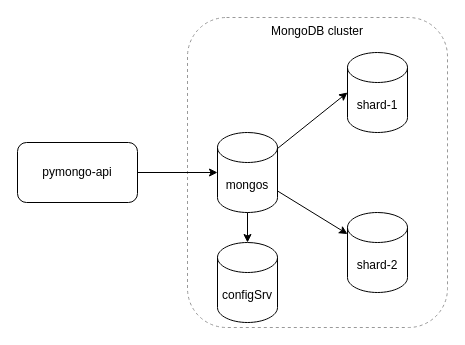
The draw.io diagram docs/schema-1.drawio in AndreyNester/black_friday, before the edit. Source tidied: cells renumbered, new cells numbered last; positions are measured from the earlier drawing's top-left corner, leaving out a move shared by most shapes. Both pictures are drawn from the tidied source at 100%, with x=0, y=0 at pixel (17, 17).
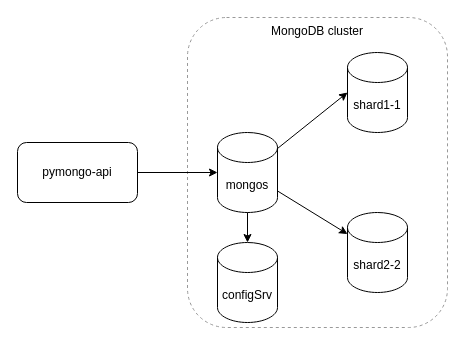
The same diagram, later.

The edit, as a diff of the source:
```diff
@@
 <mxGraphModel>
   <root>
     <mxCell id="0" />
     <mxCell id="1" parent="0" />
     <mxCell id="2" value="MongoDB cluster" style="rounded=1;whiteSpace=wrap;html=1;fillColor=none;dashed=1;strokeColor=#999999;strokeWidth=1;align=center;verticalAlign=top;" parent="1" vertex="1">
       <mxGeometry x="170" width="260" height="310" as="geometry" />
     </mxCell>
     <mxCell id="3" style="edgeStyle=none;html=1;fontFamily=Helvetica;fontSize=12;fontColor=default;" parent="1" edge="1" source="4" target="8">
       <mxGeometry relative="1" as="geometry" />
     </mxCell>
     <mxCell id="4" value="mongos" style="shape=cylinder3;whiteSpace=wrap;html=1;boundedLbl=1;backgroundOutline=1;size=15;" parent="1" vertex="1">
       <mxGeometry x="200" y="115" width="60" height="80" as="geometry" />
     </mxCell>
     <mxCell id="5" value="pymongo-api" style="rounded=1;whiteSpace=wrap;html=1;" parent="1" vertex="1">
       <mxGeometry y="125" width="120" height="60" as="geometry" />
     </mxCell>
     <mxCell id="6" style="edgeStyle=orthogonalEdgeStyle;rounded=0;jettySize=auto;html=1;exitX=1;exitY=0.5;exitDx=0;exitDy=0;entryX=0;entryY=0.5;entryDx=0;entryDy=0;entryPerimeter=0;" parent="1" edge="1" source="5" target="4">
       <mxGeometry relative="1" as="geometry" />
     </mxCell>
-    <mxCell id="7" value="shard-1" style="shape=cylinder3;whiteSpace=wrap;html=1;boundedLbl=1;backgroundOutline=1;size=15;" parent="1" vertex="1">
+    <mxCell id="7" value="shard1-1" style="shape=cylinder3;whiteSpace=wrap;html=1;boundedLbl=1;backgroundOutline=1;size=15;" parent="1" vertex="1">
       <mxGeometry x="330" y="35" width="60" height="80" as="geometry" />
     </mxCell>
-    <mxCell id="8" value="shard-2" style="shape=cylinder3;whiteSpace=wrap;html=1;boundedLbl=1;backgroundOutline=1;size=15;" parent="1" vertex="1">
+    <mxCell id="8" value="shard2-2" style="shape=cylinder3;whiteSpace=wrap;html=1;boundedLbl=1;backgroundOutline=1;size=15;" parent="1" vertex="1">
       <mxGeometry x="330" y="195" width="60" height="80" as="geometry" />
     </mxCell>
     <mxCell id="9" value="configSrv" style="shape=cylinder3;whiteSpace=wrap;html=1;boundedLbl=1;backgroundOutline=1;size=15;" parent="1" vertex="1">
       <mxGeometry x="200" y="225" width="60" height="80" as="geometry" />
     </mxCell>
     <mxCell id="10" style="edgeStyle=none;html=1;entryX=0;entryY=0.5;entryDx=0;entryDy=0;entryPerimeter=0;fontFamily=Helvetica;fontSize=12;fontColor=default;" parent="1" edge="1" source="4" target="7">
       <mxGeometry relative="1" as="geometry" />
     </mxCell>
     <mxCell id="11" style="edgeStyle=none;html=1;entryX=0.5;entryY=0;entryDx=0;entryDy=0;entryPerimeter=0;fontFamily=Helvetica;fontSize=12;fontColor=default;" parent="1" edge="1" source="4" target="9">
       <mxGeometry relative="1" as="geometry" />
     </mxCell>
   </root>
 </mxGraphModel>
```
